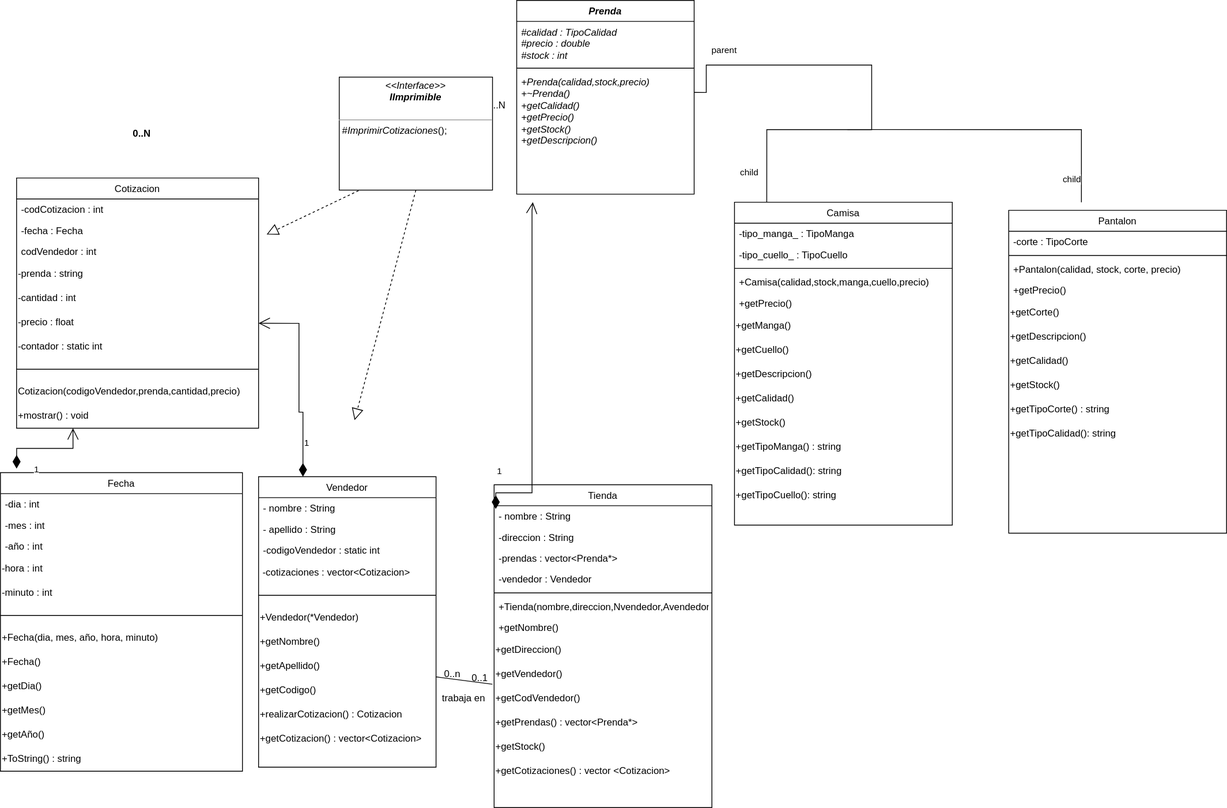
Earlier version of the draw.io export Tienda de ropa mayorista/DiagramaClases.svg (JVeraOzorio/Tienda-de-ropa-mayorista). Source tidied: cells renumbered, new cells last; positions are measured from the earlier drawing's top-left corner, leaving out a move shared by most shapes.
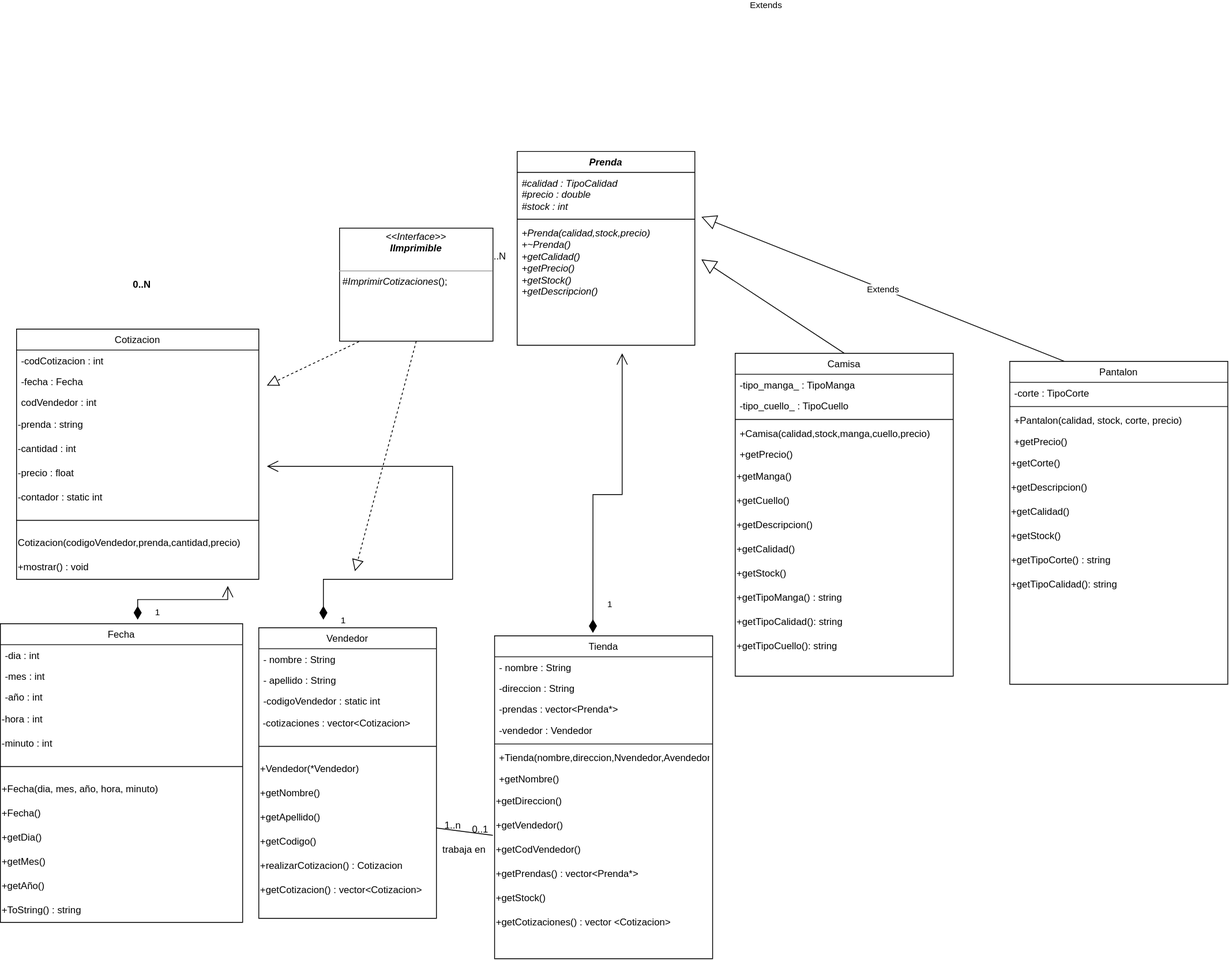
The same diagram one commit later.

Diff of the diagram source:
```diff
@@ -86,7 +86,7 @@
     <mxCell id="29" value="trabaja en" style="text;html=1;align=center;verticalAlign=middle;strokeColor=none;fillColor=none;" parent="1" vertex="1">
       <mxGeometry x="534" y="850" width="80" height="30" as="geometry" />
     </mxCell>
-    <mxCell id="30" value="0..n" style="text;html=1;align=center;verticalAlign=middle;strokeColor=none;fillColor=none;" parent="1" vertex="1">
+    <mxCell id="30" value="1..n" style="text;html=1;align=center;verticalAlign=middle;strokeColor=none;fillColor=none;" parent="1" vertex="1">
       <mxGeometry x="540" y="820" width="40" height="30" as="geometry" />
     </mxCell>
     <mxCell id="31" value="0..1" style="text;html=1;align=center;verticalAlign=middle;strokeColor=none;fillColor=none;" parent="1" vertex="1">
@@ -107,43 +107,6 @@
     <mxCell id="36" value="1..N" style="text;html=1;align=center;verticalAlign=middle;strokeColor=none;fillColor=none;" parent="1" vertex="1">
       <mxGeometry x="590" y="115" width="50" height="30" as="geometry" />
     </mxCell>
-    <mxCell id="37" style="endArrow=none;html=1;edgeStyle=orthogonalEdgeStyle;rounded=0;exitX=0.999;exitY=0.171;exitDx=0;exitDy=0;exitPerimeter=0;" parent="1" edge="1" source="35">
-      <mxGeometry relative="1" as="geometry">
-        <mxPoint x="950" y="250" as="targetPoint" />
-        <Array as="points">
-          <mxPoint x="875" y="80" />
-          <mxPoint x="1080" y="80" />
-          <mxPoint x="1080" y="160" />
-          <mxPoint x="950" y="160" />
-        </Array>
-      </mxGeometry>
-    </mxCell>
-    <mxCell id="38" value="parent" style="edgeLabel;html=1;align=left;verticalAlign=bottom;" parent="37" vertex="1">
-      <mxGeometry x="-1" relative="1" as="geometry">
-        <mxPoint x="20" y="-44" as="offset" />
-      </mxGeometry>
-    </mxCell>
-    <mxCell id="39" value="child" style="edgeLabel;html=1;align=right;verticalAlign=bottom;" parent="37" vertex="1">
-      <mxGeometry x="1" relative="1" as="geometry">
-        <mxPoint x="-10" y="-30" as="offset" />
-      </mxGeometry>
-    </mxCell>
-    <mxCell id="40" style="endArrow=none;html=1;edgeStyle=orthogonalEdgeStyle;rounded=0;" parent="1" edge="1">
-      <mxGeometry relative="1" as="geometry">
-        <mxPoint x="1050" y="160" as="sourcePoint" />
-        <mxPoint x="1340" y="250" as="targetPoint" />
-        <Array as="points">
-          <mxPoint x="1050" y="160" />
-          <mxPoint x="1340" y="160" />
-          <mxPoint x="1340" y="250" />
-        </Array>
-      </mxGeometry>
-    </mxCell>
-    <mxCell id="41" value="child" style="edgeLabel;html=1;align=right;verticalAlign=bottom;" parent="40" vertex="1">
-      <mxGeometry x="1" relative="1" as="geometry">
-        <mxPoint y="-20" as="offset" />
-      </mxGeometry>
-    </mxCell>
     <mxCell id="42" value="Camisa" style="swimlane;fontStyle=0;align=center;verticalAlign=top;horizontal=1;startSize=26;rounded=0;shadow=0;strokeWidth=1;" parent="1" vertex="1">
       <mxGeometry x="910" y="250" width="270" height="400" as="geometry" />
     </mxCell>
@@ -255,16 +218,6 @@
     <mxCell id="78" value="0..N" style="text;html=1;align=center;verticalAlign=middle;strokeColor=none;fillColor=none;fontStyle=1;" parent="1" vertex="1">
       <mxGeometry x="150" y="150" width="50" height="30" as="geometry" />
     </mxCell>
-    <mxCell id="79" value="1" style="endArrow=open;html=1;endSize=12;startArrow=diamondThin;startSize=14;startFill=1;edgeStyle=orthogonalEdgeStyle;align=left;verticalAlign=bottom;rounded=0;exitX=0.25;exitY=0;exitDx=0;exitDy=0;" parent="1" edge="1" source="2">
-      <mxGeometry x="-0.94" y="-25" relative="1" as="geometry">
-        <mxPoint x="320" y="400" as="targetPoint" />
-        <Array as="points">
-          <mxPoint x="375" y="510" />
-          <mxPoint x="370" y="510" />
-        </Array>
-        <mxPoint x="-25" y="-25" as="offset" />
-      </mxGeometry>
-    </mxCell>
     <mxCell id="80" value="&lt;p style=&quot;margin:0px;margin-top:4px;text-align:center;&quot;&gt;&lt;i&gt;&amp;lt;&amp;lt;Interface&amp;gt;&amp;gt;&lt;/i&gt;&lt;br&gt;&lt;b&gt;&lt;i&gt;IImprimible&lt;/i&gt;&lt;/b&gt;&lt;/p&gt;&lt;p style=&quot;margin:0px;margin-left:4px;&quot;&gt;&lt;br&gt;&lt;/p&gt;&lt;hr size=&quot;1&quot;&gt;&lt;p style=&quot;margin:0px;margin-left:4px;&quot;&gt;#&lt;i&gt;ImprimirCotizaciones&lt;/i&gt;();&lt;/p&gt;" style="verticalAlign=top;align=left;overflow=fill;fontSize=12;fontFamily=Helvetica;html=1;whiteSpace=wrap;" parent="1" vertex="1">
       <mxGeometry x="420" y="95" width="190" height="140" as="geometry" />
     </mxCell>
@@ -317,24 +270,34 @@
     <mxCell id="95" value="+ToString() : string" style="text;html=1;align=left;verticalAlign=middle;strokeColor=none;fillColor=none;" parent="83" vertex="1">
       <mxGeometry y="340" width="300" height="30" as="geometry" />
     </mxCell>
-    <mxCell id="96" value="1" style="endArrow=open;html=1;endSize=12;startArrow=diamondThin;startSize=14;startFill=1;edgeStyle=orthogonalEdgeStyle;align=left;verticalAlign=bottom;rounded=0;exitX=0.25;exitY=0;exitDx=0;exitDy=0;" parent="1" edge="1">
-      <mxGeometry x="-0.94" y="-25" relative="1" as="geometry">
-        <mxPoint x="614" y="630" as="sourcePoint" />
-        <mxPoint x="660" y="250" as="targetPoint" />
-        <Array as="points">
-          <mxPoint x="614" y="610" />
-          <mxPoint x="659" y="610" />
-          <mxPoint x="659" y="260" />
-          <mxPoint x="660" y="260" />
-        </Array>
-        <mxPoint x="-25" y="-25" as="offset" />
-      </mxGeometry>
-    </mxCell>
-    <mxCell id="97" value="1" style="endArrow=open;html=1;endSize=12;startArrow=diamondThin;startSize=14;startFill=1;edgeStyle=orthogonalEdgeStyle;align=left;verticalAlign=bottom;rounded=0;entryX=0.233;entryY=1;entryDx=0;entryDy=0;entryPerimeter=0;" parent="1" edge="1" target="77">
-      <mxGeometry x="-1" y="-22" relative="1" as="geometry">
-        <mxPoint x="20" y="580" as="sourcePoint" />
-        <mxPoint x="-2" y="10" as="offset" />
-      </mxGeometry>
-    </mxCell>
+    <mxCell id="98" value="Extends" style="endArrow=block;endSize=16;endFill=0;html=1;rounded=0;exitX=0.5;exitY=0;exitDx=0;exitDy=0;entryX=1.037;entryY=0.301;entryDx=0;entryDy=0;entryPerimeter=0;" parent="1" edge="1" source="42" target="35">
+      <mxGeometry x="-1" y="-333" relative="1" as="geometry">
+        <mxPoint x="-280" y="-153" as="offset" />
+      </mxGeometry>
+    </mxCell>
+    <mxCell id="99" value="Extends" style="endArrow=block;endSize=16;endFill=0;html=1;rounded=0;entryX=1.037;entryY=-0.046;entryDx=0;entryDy=0;entryPerimeter=0;exitX=0.25;exitY=0;exitDx=0;exitDy=0;" parent="1" edge="1" source="56" target="35">
+      <mxGeometry relative="1" as="geometry" />
+    </mxCell>
+    <mxCell id="100" value="1" style="endArrow=open;html=1;endSize=12;startArrow=diamondThin;startSize=14;startFill=1;edgeStyle=orthogonalEdgeStyle;align=left;verticalAlign=bottom;rounded=0;exitX=0.451;exitY=-0.009;exitDx=0;exitDy=0;exitPerimeter=0;" parent="1" edge="1" source="14">
+      <mxGeometry x="-0.86" y="-16" relative="1" as="geometry">
+        <mxPoint x="770" y="250" as="targetPoint" />
+      </mxGeometry>
+    </mxCell>
+    <mxCell id="101" value="1" style="endArrow=open;html=1;endSize=12;startArrow=diamondThin;startSize=14;startFill=1;edgeStyle=orthogonalEdgeStyle;align=left;verticalAlign=bottom;rounded=0;" parent="1" edge="1">
+      <mxGeometry x="-1" y="-22" relative="1" as="geometry">
+        <mxPoint x="400" y="580" as="sourcePoint" />
+        <mxPoint x="330" y="390" as="targetPoint" />
+        <Array as="points">
+          <mxPoint x="400" y="530" />
+          <mxPoint x="560" y="530" />
+        </Array>
+        <mxPoint x="-2" y="10" as="offset" />
+      </mxGeometry>
+    </mxCell>
+    <mxCell id="102" value="1" style="endArrow=open;html=1;endSize=12;startArrow=diamondThin;startSize=14;startFill=1;edgeStyle=orthogonalEdgeStyle;align=left;verticalAlign=bottom;rounded=0;entryX=0.872;entryY=1.272;entryDx=0;entryDy=0;entryPerimeter=0;" parent="1" edge="1" target="77">
+      <mxGeometry x="-1" y="-20" relative="1" as="geometry">
+        <mxPoint x="170" y="580" as="sourcePoint" />
+      </mxGeometry>
+    </mxCell>
   </root>
 </mxGraphModel>
```
